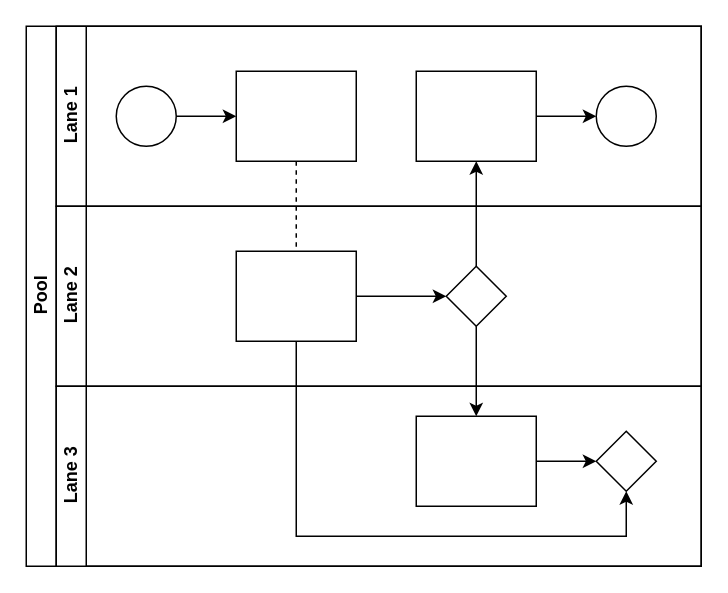
This is Untitled Diagram.drawio from EraserandRain/ImageHosting, a draw.io file, before an edit. Source tidied: cells renumbered, new cells numbered last; positions are measured from the earlier drawing's top-left corner, leaving out a move shared by most shapes. Both pictures are drawn from the tidied source at 150%, with x=0, y=0 at pixel (26, 26).
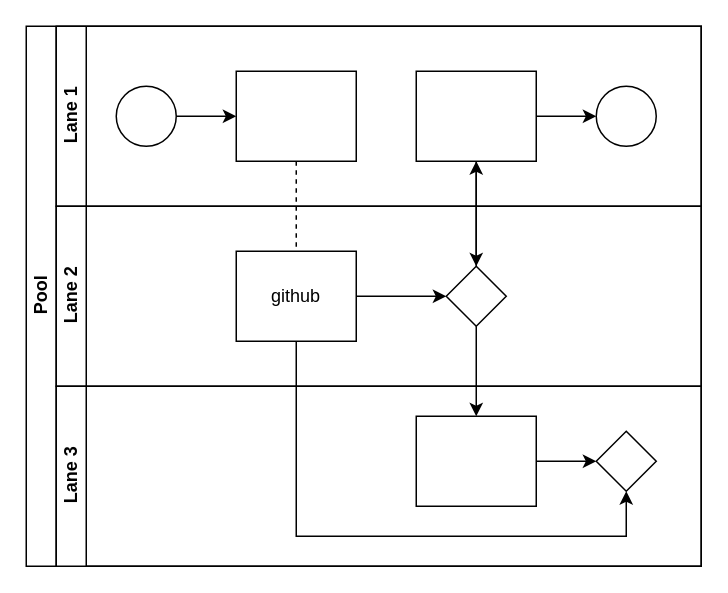
Above is the later version.

The change refers to these unchanged cells:
```xml
<mxCell id="2" value="Pool" style="swimlane;html=1;horizontal=0;startSize=20;" parent="1" vertex="1">
  <mxGeometry width="450" height="360" as="geometry" />
</mxCell>
<mxCell id="12" style="rounded=0;whiteSpace=wrap;html=1;fontFamily=Helvetica;fontSize=12;fontColor=#000000;align=center;" parent="7" vertex="1">
  <mxGeometry x="240" y="30" width="80" height="60" as="geometry" />
</mxCell>
<mxCell id="14" value="Lane 2" style="swimlane;html=1;startSize=20;horizontal=0;" parent="2" vertex="1">
  <mxGeometry x="20" y="120" width="430" height="120" as="geometry" />
</mxCell>
<mxCell id="17" style="rhombus;whiteSpace=wrap;html=1;fontFamily=Helvetica;fontSize=12;fontColor=#000000;align=center;" parent="14" vertex="1">
  <mxGeometry x="260" y="40" width="40" height="40" as="geometry" />
</mxCell>
```

The edit, as a diff of the source:
```diff
@@
-    <mxCell id="16" style="rounded=0;whiteSpace=wrap;html=1;fontFamily=Helvetica;fontSize=12;fontColor=#000000;align=center;" parent="14" vertex="1">
+    <mxCell id="16" value="github" style="rounded=0;whiteSpace=wrap;html=1;fontFamily=Helvetica;fontSize=12;fontColor=#000000;align=center;" parent="14" vertex="1">
       <mxGeometry x="120" y="30" width="80" height="60" as="geometry" />
     </mxCell>
@@
+    <mxCell id="22" style="edgeStyle=orthogonalEdgeStyle;rounded=0;jettySize=auto;html=1;" parent="2" edge="1" source="12" target="17">
+      <mxGeometry relative="1" as="geometry" />
+    </mxCell>
```
